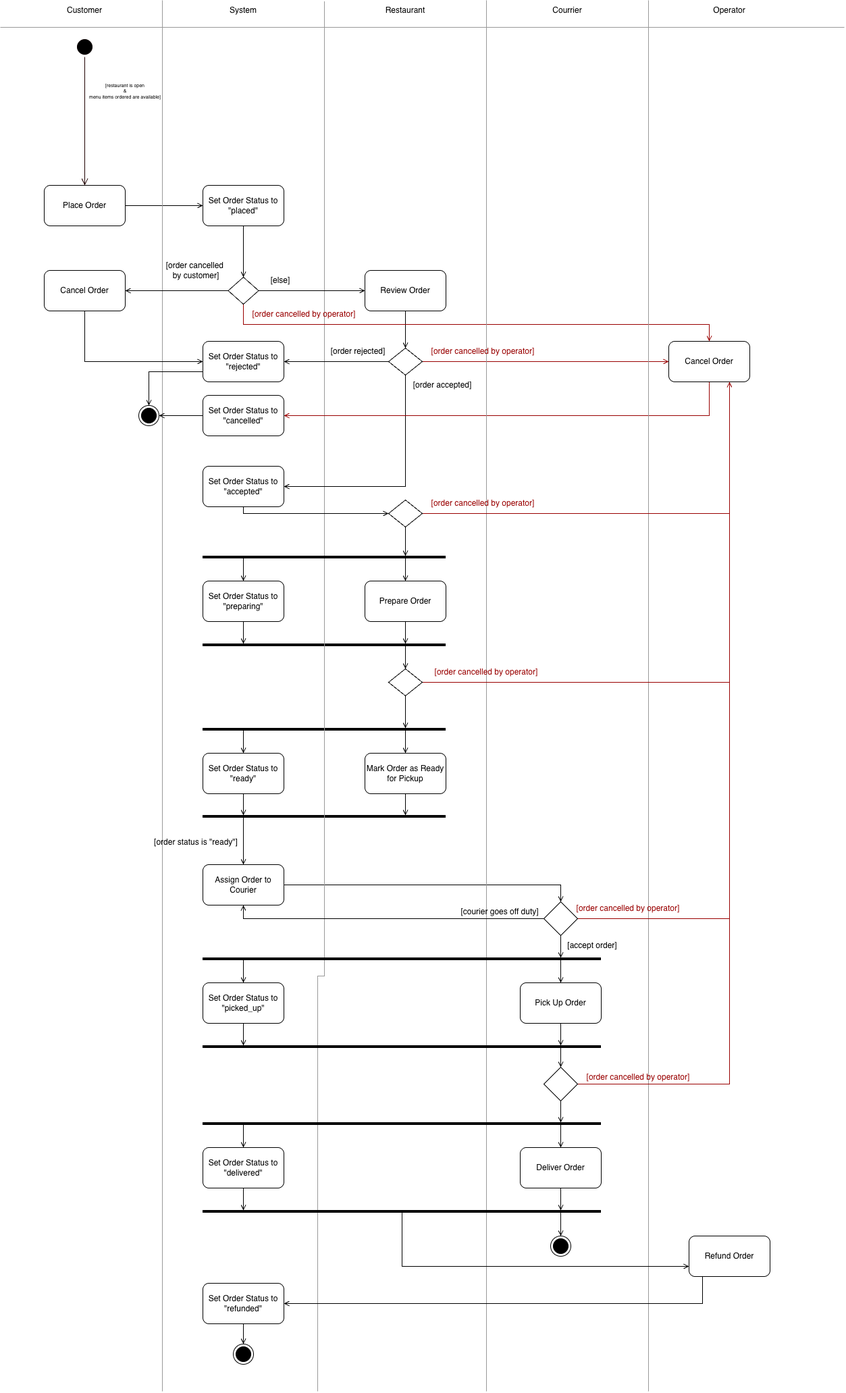
The draw.io diagram Documents/Diagrams/activity-diagrams/Activity Diagram - Order.png in AnaisPerron/SOEN343-Council, before a commit. Source tidied: cells renumbered, new cells last; positions are measured from the earlier drawing's top-left corner, leaving out a move shared by most shapes.
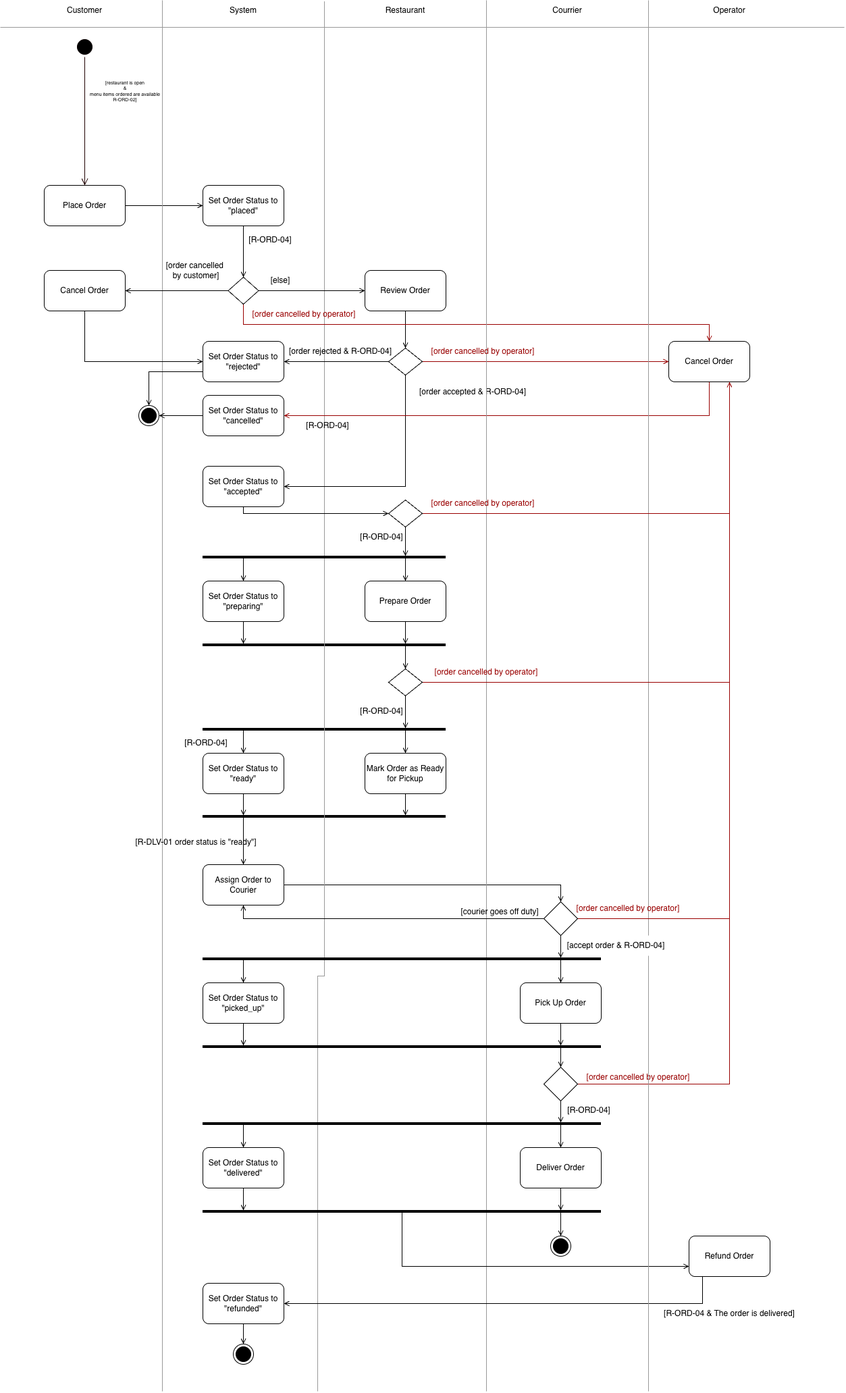
After the change.

The edit, as a diff of the source:
```diff
@@ -97,7 +97,7 @@
     <mxCell id="22" style="ellipse;html=1;shape=endState;fillColor=#000000;strokeColor=#000000;fontColor=#143642;" parent="1" vertex="1">
       <mxGeometry x="205" y="600" width="30" height="30" as="geometry" />
     </mxCell>
-    <mxCell id="23" value="[restaurant is open&lt;br&gt;&amp;amp;&lt;br&gt;menu items ordered are available]" style="text;html=1;whiteSpace=wrap;strokeColor=none;fillColor=none;align=center;verticalAlign=middle;rounded=0;fontSize=7;" parent="1" vertex="1">
+    <mxCell id="23" value="[restaurant is open&lt;br&gt;&amp;amp;&lt;br&gt;menu items ordered are available&lt;br&gt;&lt;div&gt;&lt;span style=&quot;background-color: transparent; color: light-dark(#000000, var(--ge-light-color, #ffffff));&quot;&gt;R-ORD-02&lt;/span&gt;]&lt;/div&gt;" style="text;html=1;whiteSpace=wrap;strokeColor=none;fillColor=none;align=center;verticalAlign=middle;rounded=0;fontSize=7;" parent="1" vertex="1">
       <mxGeometry x="85" y="120" width="200" height="30" as="geometry" />
     </mxCell>
     <mxCell id="24" style="edgeStyle=orthogonalEdgeStyle;shape=connector;rounded=0;jettySize=auto;html=1;exitX=1;exitY=0.5;exitDx=0;exitDy=0;entryX=0.5;entryY=0;entryDx=0;entryDy=0;strokeColor=default;align=center;verticalAlign=middle;fontFamily=Helvetica;fontSize=11;fontColor=default;labelBackgroundColor=default;defaultLabelBackgroundColor=page;endArrow=open;endFill=0;" parent="1" edge="1" source="25" target="77">
@@ -170,11 +170,11 @@
     <mxCell id="43" value="Cancel Order" style="rounded=1;whiteSpace=wrap;html=1;roundedPerimeter=1;" parent="1" vertex="1">
       <mxGeometry x="990" y="505" width="120" height="60" as="geometry" />
     </mxCell>
-    <mxCell id="44" value="[order rejected]" style="text;html=1;whiteSpace=wrap;strokeColor=none;fillColor=none;align=center;verticalAlign=middle;rounded=0;" parent="1" vertex="1">
-      <mxGeometry x="480" y="505" width="100" height="30" as="geometry" />
+    <mxCell id="44" value="[order rejected &amp;amp; R-ORD-04]" style="text;html=1;whiteSpace=wrap;strokeColor=none;fillColor=none;align=center;verticalAlign=middle;rounded=0;" parent="1" vertex="1">
+      <mxGeometry x="414" y="505" width="180" height="30" as="geometry" />
     </mxCell>
-    <mxCell id="45" value="[order accepted]" style="text;html=1;whiteSpace=wrap;strokeColor=none;fillColor=none;align=center;verticalAlign=middle;rounded=0;" parent="1" vertex="1">
-      <mxGeometry x="600" y="555" width="110" height="30" as="geometry" />
+    <mxCell id="45" value="[order accepted &amp;amp; R-ORD-04]" style="text;html=1;whiteSpace=wrap;strokeColor=none;fillColor=none;align=center;verticalAlign=middle;rounded=0;" parent="1" vertex="1">
+      <mxGeometry x="610" y="565" width="180" height="30" as="geometry" />
     </mxCell>
     <mxCell id="46" style="edgeStyle=orthogonalEdgeStyle;shape=connector;rounded=0;jettySize=auto;html=1;exitX=0;exitY=0.5;exitDx=0;exitDy=0;entryX=1;entryY=0.5;entryDx=0;entryDy=0;strokeColor=default;align=center;verticalAlign=middle;fontFamily=Helvetica;fontSize=11;fontColor=default;labelBackgroundColor=default;defaultLabelBackgroundColor=page;endArrow=open;endFill=0;" parent="1" edge="1" source="49" target="35">
       <mxGeometry relative="1" as="geometry" />
@@ -205,10 +205,13 @@
         <mxPoint x="720" as="targetPoint" />
       </mxGeometry>
     </mxCell>
-    <mxCell id="53" style="endArrow=none;html=1;rounded=0;strokeColor=#999999;fontColor=#143642;defaultLabelBackgroundColor=page;edgeStyle=orthogonalEdgeStyle;fillColor=#FAE5C7;" parent="1" edge="1">
-      <mxGeometry x="0.65" relative="1" as="geometry">
-        <mxPoint x="960" y="2060" as="sourcePoint" />
+    <mxCell id="53" style="endArrow=none;html=1;rounded=0;strokeColor=#999999;fontColor=#143642;defaultLabelBackgroundColor=page;edgeStyle=orthogonalEdgeStyle;fillColor=#FAE5C7;" parent="1" edge="1" source="79">
+      <mxGeometry x="0.63" relative="1" as="geometry">
         <mxPoint x="960" as="targetPoint" />
+        <Array as="points">
+          <mxPoint x="960" y="1040" />
+          <mxPoint x="960" y="1040" />
+        </Array>
       </mxGeometry>
     </mxCell>
     <mxCell id="54" style="edgeStyle=orthogonalEdgeStyle;shape=connector;rounded=0;jettySize=auto;html=1;strokeColor=default;align=center;verticalAlign=middle;fontFamily=Helvetica;fontSize=11;fontColor=default;labelBackgroundColor=default;defaultLabelBackgroundColor=page;endArrow=open;endFill=0;entryX=0.5;entryY=0;entryDx=0;entryDy=0;" parent="1" edge="1" source="55" target="97">
@@ -333,12 +336,9 @@
     <mxCell id="77" style="rhombus;whiteSpace=wrap;html=1;shapeInside=1;" parent="1" vertex="1">
       <mxGeometry x="805" y="1335" width="50" height="50" as="geometry" />
     </mxCell>
-    <mxCell id="78" value="[order status is &quot;ready&quot;]" style="text;html=1;whiteSpace=wrap;strokeColor=none;fillColor=none;align=center;verticalAlign=middle;rounded=0;" parent="1" vertex="1">
-      <mxGeometry x="215" y="1232" width="150" height="30" as="geometry" />
+    <mxCell id="78" value="[R-DLV-01 order status is &quot;ready&quot;]" style="text;html=1;whiteSpace=wrap;strokeColor=none;fillColor=none;align=center;verticalAlign=middle;rounded=0;" parent="1" vertex="1">
+      <mxGeometry x="190" y="1232" width="200" height="30" as="geometry" />
     </mxCell>
-    <mxCell id="79" value="[accept order]" style="text;html=1;whiteSpace=wrap;strokeColor=none;fillColor=none;align=center;verticalAlign=middle;rounded=0;" parent="1" vertex="1">
-      <mxGeometry x="827" y="1385" width="100" height="30" as="geometry" />
-    </mxCell>
     <mxCell id="80" value="[courier goes off duty]" style="text;html=1;whiteSpace=wrap;strokeColor=none;fillColor=none;align=center;verticalAlign=middle;rounded=0;" parent="1" vertex="1">
       <mxGeometry x="670" y="1335" width="140" height="30" as="geometry" />
     </mxCell>
@@ -484,5 +484,38 @@
     <mxCell id="111" style="ellipse;html=1;shape=endState;fillColor=#000000;strokeColor=#000000;fontColor=#143642;" parent="1" vertex="1">
       <mxGeometry x="345" y="1990" width="30" height="30" as="geometry" />
     </mxCell>
+    <mxCell id="112" value="[R-ORD-04]" style="text;html=1;whiteSpace=wrap;strokeColor=none;fillColor=none;align=center;verticalAlign=middle;rounded=0;" parent="1" vertex="1">
+      <mxGeometry x="350" y="340" width="100" height="30" as="geometry" />
+    </mxCell>
+    <mxCell id="113" value="[R-ORD-04]" style="text;html=1;whiteSpace=wrap;strokeColor=none;fillColor=none;align=center;verticalAlign=middle;rounded=0;" parent="1" vertex="1">
+      <mxGeometry x="440" y="615" width="90" height="30" as="geometry" />
+    </mxCell>
+    <mxCell id="114" value="[R-ORD-04]" style="text;html=1;whiteSpace=wrap;strokeColor=none;fillColor=none;align=center;verticalAlign=middle;rounded=0;" parent="1" vertex="1">
+      <mxGeometry x="520" y="780" width="90" height="30" as="geometry" />
+    </mxCell>
+    <mxCell id="115" value="[R-ORD-04]" style="text;html=1;whiteSpace=wrap;strokeColor=none;fillColor=none;align=center;verticalAlign=middle;rounded=0;" parent="1" vertex="1">
+      <mxGeometry x="260" y="1085" width="90" height="30" as="geometry" />
+    </mxCell>
+    <mxCell id="116" value="[R-ORD-04]" style="text;html=1;whiteSpace=wrap;strokeColor=none;fillColor=none;align=center;verticalAlign=middle;rounded=0;" parent="1" vertex="1">
+      <mxGeometry x="520" y="1038" width="90" height="30" as="geometry" />
+    </mxCell>
+    <mxCell id="117" style="endArrow=none;html=1;rounded=0;strokeColor=#999999;fontColor=#143642;defaultLabelBackgroundColor=page;edgeStyle=orthogonalEdgeStyle;fillColor=#FAE5C7;" parent="1" edge="1" target="79">
+      <mxGeometry x="0.65" relative="1" as="geometry">
+        <mxPoint x="960" y="2060" as="sourcePoint" />
+        <Array as="points">
+          <mxPoint x="960" y="1570" />
+          <mxPoint x="960" y="1570" />
+        </Array>
+      </mxGeometry>
+    </mxCell>
+    <mxCell id="79" value="[accept order &amp;amp; R-ORD-04]" style="text;html=1;whiteSpace=wrap;strokeColor=none;fillColor=none;align=center;verticalAlign=middle;rounded=0;" parent="1" vertex="1">
+      <mxGeometry x="827" y="1385" width="170" height="30" as="geometry" />
+    </mxCell>
+    <mxCell id="118" value="[R-ORD-04]" style="text;html=1;whiteSpace=wrap;strokeColor=none;fillColor=none;align=center;verticalAlign=middle;rounded=0;" parent="1" vertex="1">
+      <mxGeometry x="827" y="1629" width="90" height="30" as="geometry" />
+    </mxCell>
+    <mxCell id="119" value="[R-ORD-04 &amp;amp; The order is delivered]" style="text;html=1;whiteSpace=wrap;strokeColor=none;fillColor=none;align=center;verticalAlign=middle;rounded=0;" parent="1" vertex="1">
+      <mxGeometry x="970" y="1930" width="220" height="30" as="geometry" />
+    </mxCell>
   </root>
 </mxGraphModel>
```
